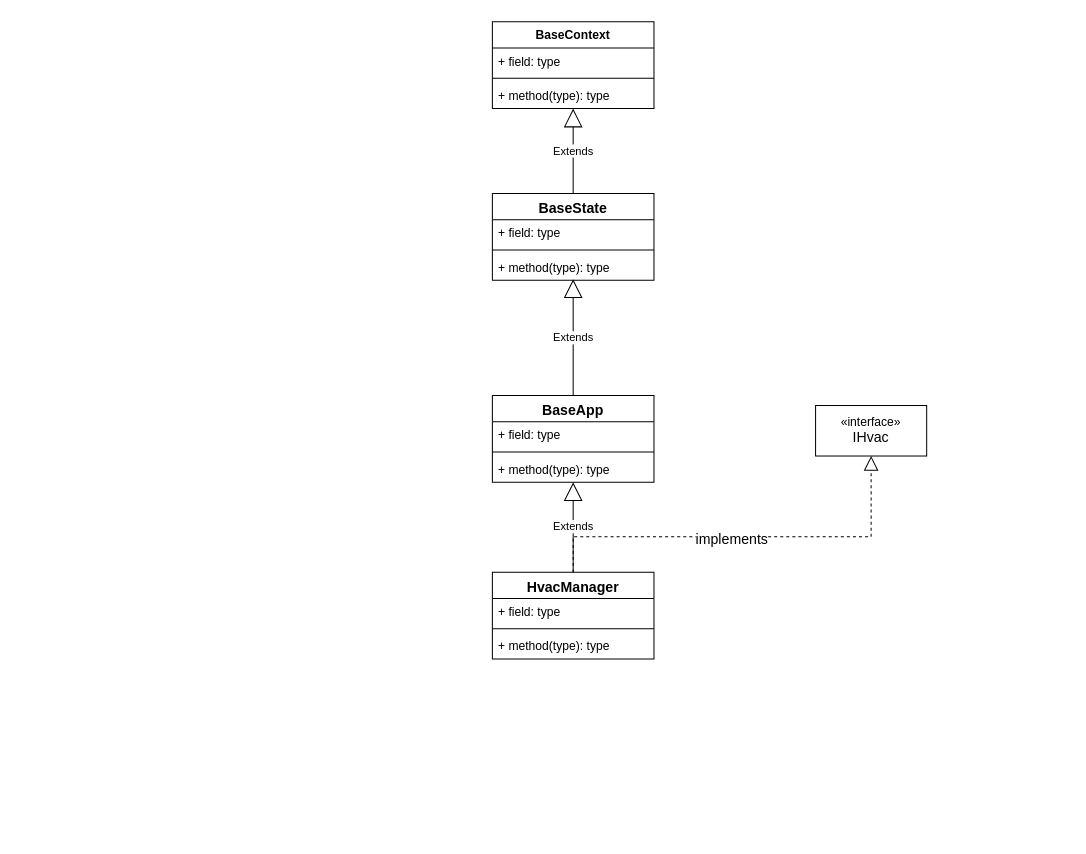
Above: 航盛.drawio in bocurry/bocurry (draw.io), before the change. Source tidied: cells renumbered, new cells numbered last; positions are measured from the earlier drawing's top-left corner, leaving out a move shared by most shapes. Both pictures are drawn from the tidied source at 101%, with x=0, y=0 at pixel (492, 21).
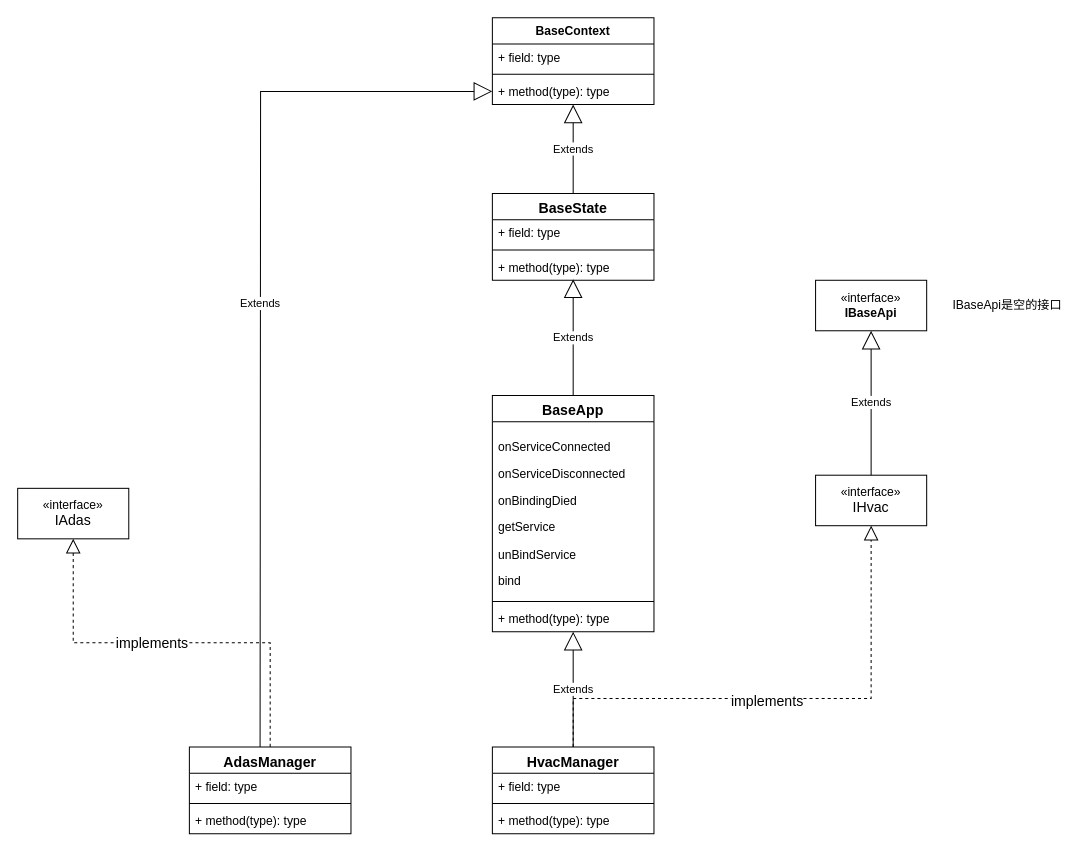
Above is the later version.

Unchanged cells that the change refers to:
```xml
<mxCell id="14" value="+ method(type): type" style="text;strokeColor=none;fillColor=none;align=left;verticalAlign=top;spacingLeft=4;spacingRight=4;overflow=hidden;points=[[0,0.5],[1,0.5]];portConstraint=eastwest;whiteSpace=wrap;html=1;" parent="11" vertex="1">
  <mxGeometry y="60" width="160" height="26" as="geometry" />
</mxCell>
```

Change to the diagram source:
```diff
@@
     <mxCell id="2" value="&lt;span style=&quot;font-size:10.5pt;mso-bidi-font-size:&lt;br/&gt;11.0pt;font-family:&amp;quot;Calibri&amp;quot;,&amp;quot;sans-serif&amp;quot;;mso-ascii-theme-font:minor-latin;&lt;br/&gt;mso-fareast-font-family:宋体;mso-fareast-theme-font:minor-fareast;mso-hansi-theme-font:&lt;br/&gt;minor-latin;mso-bidi-font-family:&amp;quot;Times New Roman&amp;quot;;mso-bidi-theme-font:minor-bidi;&lt;br/&gt;mso-ansi-language:EN-US;mso-fareast-language:ZH-CN;mso-bidi-language:AR-SA&quot; lang=&quot;EN-US&quot;&gt;BaseApp&lt;/span&gt;" style="swimlane;fontStyle=1;align=center;verticalAlign=top;horizontal=1;startSize=26;whiteSpace=wrap;html=1;" parent="1" vertex="1">
-      <mxGeometry y="370" width="160" height="86" as="geometry" />
+      <mxGeometry y="370" width="160" height="234" as="geometry" />
     </mxCell>
-    <mxCell id="3" value="+ field: type" style="text;strokeColor=none;fillColor=none;align=left;verticalAlign=top;spacingLeft=4;spacingRight=4;overflow=hidden;whiteSpace=wrap;html=1;" parent="2" vertex="1">
-      <mxGeometry y="26" width="160" height="26" as="geometry" />
+    <mxCell id="3" value="&lt;p class=&quot;MsoNormal&quot;&gt;&lt;span style=&quot;background-color: initial;&quot;&gt;onServiceConnected&lt;/span&gt;&lt;br&gt;&lt;/p&gt;&lt;p class=&quot;MsoNormal&quot;&gt;&lt;span lang=&quot;EN-US&quot;&gt;onServiceDisconnected&lt;/span&gt;&lt;/p&gt;&lt;p class=&quot;MsoNormal&quot;&gt;&lt;span lang=&quot;EN-US&quot;&gt;onBindingDied&lt;/span&gt;&lt;/p&gt;&lt;p class=&quot;MsoNormal&quot;&gt;&lt;span lang=&quot;EN-US&quot;&gt;getService&lt;/span&gt;&lt;/p&gt;&lt;p class=&quot;MsoNormal&quot;&gt;&lt;span lang=&quot;EN-US&quot;&gt;unBindService&lt;/span&gt;&lt;/p&gt;&lt;p class=&quot;MsoNormal&quot;&gt;&lt;span lang=&quot;EN-US&quot;&gt;bind&lt;/span&gt;&lt;/p&gt;" style="text;strokeColor=none;fillColor=none;align=left;verticalAlign=top;spacingLeft=4;spacingRight=4;overflow=hidden;whiteSpace=wrap;html=1;" parent="2" vertex="1">
+      <mxGeometry y="26" width="160" height="174" as="geometry" />
     </mxCell>
     <mxCell id="4" style="line;strokeWidth=1;fillColor=none;align=left;verticalAlign=middle;spacingTop=-1;spacingLeft=3;spacingRight=3;labelPosition=right;strokeColor=inherit;" parent="2" vertex="1">
-      <mxGeometry y="52" width="160" height="8" as="geometry" />
+      <mxGeometry y="200" width="160" height="8" as="geometry" />
     </mxCell>
     <mxCell id="5" value="+ method(type): type" style="text;strokeColor=none;fillColor=none;align=left;verticalAlign=top;spacingLeft=4;spacingRight=4;overflow=hidden;points=[[0,0.5],[1,0.5]];portConstraint=eastwest;whiteSpace=wrap;html=1;" parent="2" vertex="1">
-      <mxGeometry y="60" width="160" height="26" as="geometry" />
+      <mxGeometry y="208" width="160" height="26" as="geometry" />
     </mxCell>
@@
     <mxCell id="11" value="BaseContext" style="swimlane;fontStyle=1;align=center;verticalAlign=top;horizontal=1;startSize=26;whiteSpace=wrap;html=1;" parent="1" vertex="1">
-      <mxGeometry width="160" height="86" as="geometry" />
+      <mxGeometry y="-4" width="160" height="86" as="geometry" />
     </mxCell>
@@
     <mxCell id="16" value="&lt;span style=&quot;font-size:10.5pt;mso-bidi-font-size:&lt;br/&gt;11.0pt;font-family:&amp;quot;Calibri&amp;quot;,&amp;quot;sans-serif&amp;quot;;mso-ascii-theme-font:minor-latin;&lt;br/&gt;mso-fareast-font-family:宋体;mso-fareast-theme-font:minor-fareast;mso-hansi-theme-font:&lt;br/&gt;minor-latin;mso-bidi-font-family:&amp;quot;Times New Roman&amp;quot;;mso-bidi-theme-font:minor-bidi;&lt;br/&gt;mso-ansi-language:EN-US;mso-fareast-language:ZH-CN;mso-bidi-language:AR-SA&quot; lang=&quot;EN-US&quot;&gt;HvacManager&lt;/span&gt;" style="swimlane;fontStyle=1;align=center;verticalAlign=top;horizontal=1;startSize=26;whiteSpace=wrap;html=1;" parent="1" vertex="1">
-      <mxGeometry y="545" width="160" height="86" as="geometry" />
+      <mxGeometry y="718" width="160" height="86" as="geometry" />
     </mxCell>
@@
     <mxCell id="21" value="«interface»&lt;br&gt;&lt;span style=&quot;font-size:10.5pt;mso-bidi-font-size:&lt;br/&gt;11.0pt;font-family:&amp;quot;Calibri&amp;quot;,&amp;quot;sans-serif&amp;quot;;mso-ascii-theme-font:minor-latin;&lt;br/&gt;mso-fareast-font-family:宋体;mso-fareast-theme-font:minor-fareast;mso-hansi-theme-font:&lt;br/&gt;minor-latin;mso-bidi-font-family:&amp;quot;Times New Roman&amp;quot;;mso-bidi-theme-font:minor-bidi;&lt;br/&gt;mso-ansi-language:EN-US;mso-fareast-language:ZH-CN;mso-bidi-language:AR-SA&quot; lang=&quot;EN-US&quot;&gt;IHvac&lt;/span&gt;" style="html=1;whiteSpace=wrap;" parent="1" vertex="1">
-      <mxGeometry x="320" y="380" width="110" height="50" as="geometry" />
+      <mxGeometry x="320" y="449" width="110" height="50" as="geometry" />
     </mxCell>
     <mxCell id="22" style="endArrow=block;dashed=1;endFill=0;endSize=12;html=1;rounded=0;exitX=0.5;exitY=0;exitDx=0;exitDy=0;entryX=0.5;entryY=1;entryDx=0;entryDy=0;edgeStyle=orthogonalEdgeStyle;" parent="1" edge="1" source="16" target="21">
       <mxGeometry relative="1" as="geometry">
         <Array as="points">
-          <mxPoint x="80" y="510" />
-          <mxPoint x="375" y="510" />
+          <mxPoint x="80" y="670" />
+          <mxPoint x="375" y="670" />
         </Array>
       </mxGeometry>
     </mxCell>
@@
+    <mxCell id="24" value="«interface»&lt;br&gt;&lt;b&gt;IBaseApi&lt;/b&gt;" style="html=1;whiteSpace=wrap;" parent="1" vertex="1">
+      <mxGeometry x="320" y="256" width="110" height="50" as="geometry" />
+    </mxCell>
+    <mxCell id="25" value="Extends" style="endArrow=block;endSize=16;endFill=0;html=1;rounded=0;exitX=0.5;exitY=0;exitDx=0;exitDy=0;" parent="1" edge="1" source="21" target="24">
+      <mxGeometry relative="1" as="geometry" />
+    </mxCell>
+    <mxCell id="26" value="IBaseApi是空的接口" style="text;html=1;align=center;verticalAlign=middle;whiteSpace=wrap;rounded=0;" parent="1" vertex="1">
+      <mxGeometry x="450" y="266" width="120" height="30" as="geometry" />
+    </mxCell>
+    <mxCell id="27" value="&lt;span style=&quot;font-size:10.5pt;mso-bidi-font-size:&lt;br/&gt;11.0pt;font-family:&amp;quot;Calibri&amp;quot;,&amp;quot;sans-serif&amp;quot;;mso-ascii-theme-font:minor-latin;&lt;br/&gt;mso-fareast-font-family:宋体;mso-fareast-theme-font:minor-fareast;mso-hansi-theme-font:&lt;br/&gt;minor-latin;mso-bidi-font-family:&amp;quot;Times New Roman&amp;quot;;mso-bidi-theme-font:minor-bidi;&lt;br/&gt;mso-ansi-language:EN-US;mso-fareast-language:ZH-CN;mso-bidi-language:AR-SA&quot; lang=&quot;EN-US&quot;&gt;AdasManager&lt;/span&gt;" style="swimlane;fontStyle=1;align=center;verticalAlign=top;horizontal=1;startSize=26;whiteSpace=wrap;html=1;" parent="1" vertex="1">
+      <mxGeometry x="-300" y="718" width="160" height="86" as="geometry" />
+    </mxCell>
+    <mxCell id="28" value="+ field: type" style="text;strokeColor=none;fillColor=none;align=left;verticalAlign=top;spacingLeft=4;spacingRight=4;overflow=hidden;whiteSpace=wrap;html=1;" parent="27" vertex="1">
+      <mxGeometry y="26" width="160" height="26" as="geometry" />
+    </mxCell>
+    <mxCell id="29" style="line;strokeWidth=1;fillColor=none;align=left;verticalAlign=middle;spacingTop=-1;spacingLeft=3;spacingRight=3;labelPosition=right;strokeColor=inherit;" parent="27" vertex="1">
+      <mxGeometry y="52" width="160" height="8" as="geometry" />
+    </mxCell>
+    <mxCell id="30" value="+ method(type): type" style="text;strokeColor=none;fillColor=none;align=left;verticalAlign=top;spacingLeft=4;spacingRight=4;overflow=hidden;whiteSpace=wrap;html=1;" parent="27" vertex="1">
+      <mxGeometry y="60" width="160" height="26" as="geometry" />
+    </mxCell>
+    <mxCell id="31" value="«interface»&lt;br&gt;&lt;span style=&quot;font-size:10.5pt;mso-bidi-font-size:&lt;br/&gt;11.0pt;font-family:&amp;quot;Calibri&amp;quot;,&amp;quot;sans-serif&amp;quot;;mso-ascii-theme-font:minor-latin;&lt;br/&gt;mso-fareast-font-family:宋体;mso-fareast-theme-font:minor-fareast;mso-hansi-theme-font:&lt;br/&gt;minor-latin;mso-bidi-font-family:&amp;quot;Times New Roman&amp;quot;;mso-bidi-theme-font:minor-bidi;&lt;br/&gt;mso-ansi-language:EN-US;mso-fareast-language:ZH-CN;mso-bidi-language:AR-SA&quot; lang=&quot;EN-US&quot;&gt;IAdas&lt;/span&gt;" style="html=1;whiteSpace=wrap;" parent="1" vertex="1">
+      <mxGeometry x="-470" y="462" width="110" height="50" as="geometry" />
+    </mxCell>
+    <mxCell id="32" style="endArrow=block;dashed=1;endFill=0;endSize=12;html=1;rounded=0;exitX=0.5;exitY=0;exitDx=0;exitDy=0;entryX=0.5;entryY=1;entryDx=0;entryDy=0;edgeStyle=orthogonalEdgeStyle;" parent="1" edge="1" source="27" target="31">
+      <mxGeometry relative="1" as="geometry" />
+    </mxCell>
+    <mxCell id="33" value="implements" style="edgeLabel;html=1;align=center;verticalAlign=middle;fontSize=14;" parent="32" vertex="1">
+      <mxGeometry x="0.1" relative="1" as="geometry" />
+    </mxCell>
+    <mxCell id="34" value="Extends" style="endArrow=block;endSize=16;endFill=0;html=1;rounded=0;exitX=0.5;exitY=0;exitDx=0;exitDy=0;entryX=0;entryY=0.5;entryDx=0;entryDy=0;edgeStyle=orthogonalEdgeStyle;" parent="1" edge="1" target="14">
+      <mxGeometry relative="1" as="geometry">
+        <mxPoint x="-230" y="718" as="sourcePoint" />
+      </mxGeometry>
+    </mxCell>
```
